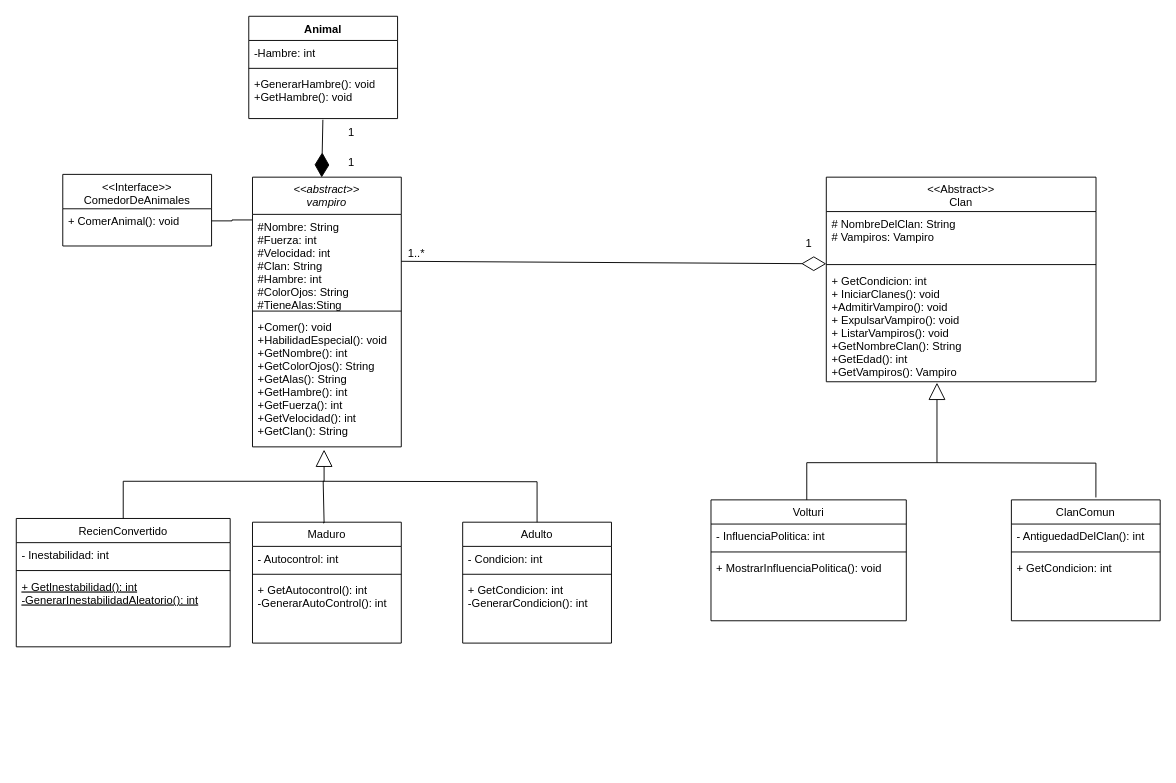
This is UML del tp.drawio from valentin127/TP-POO-crepusculo, a draw.io file, before an edit. Source tidied: cells renumbered, new cells numbered last; positions are measured from the earlier drawing's top-left corner, leaving out a move shared by most shapes. Both pictures are drawn from the tidied source at 93%, with x=0, y=0 at pixel (16, 16).
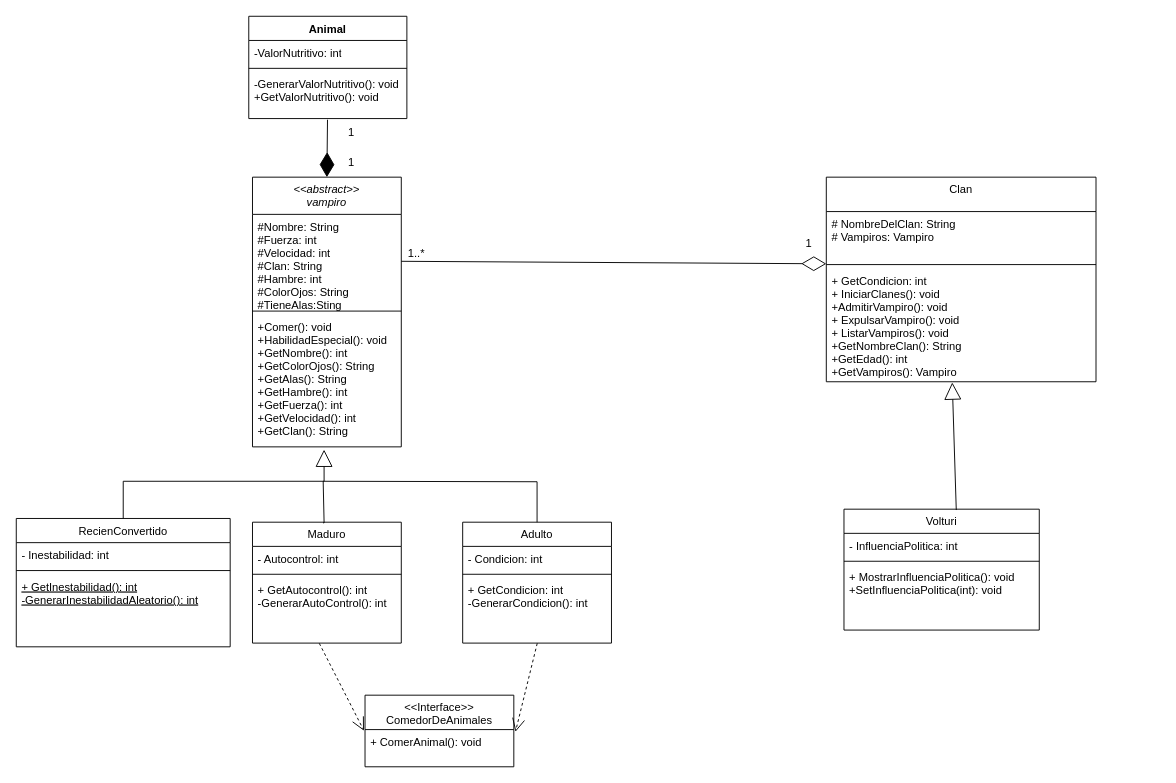
The same page after the edit.

Unchanged cells that the change refers to:
```xml
<mxCell id="2" value="&lt;&lt;abstract&gt;&gt;&#10;vampiro" style="swimlane;fontStyle=2;align=center;verticalAlign=top;horizontal=1;startSize=40;rounded=0;shadow=0;strokeWidth=1;" parent="1" vertex="1">
  <mxGeometry x="254" y="173" width="160" height="290" as="geometry" />
</mxCell>
<mxCell id="3" value="#Nombre: String&#10;#Fuerza: int&#10;#Velocidad: int&#10;#Clan: String&#10;#Hambre: int &#10;#ColorOjos: String&#10;#TieneAlas:Sting" style="text;align=left;verticalAlign=top;spacingLeft=4;spacingRight=4;overflow=hidden;points=[[0,0.5],[1,0.5]];portConstraint=eastwest;" parent="2" vertex="1">
  <mxGeometry y="40" width="160" height="100" as="geometry" />
</mxCell>
<mxCell id="13" value="+ GetAutocontrol(): int&#10;-GenerarAutoControl(): int" style="text;align=left;verticalAlign=top;spacingLeft=4;spacingRight=4;overflow=hidden;points=[[0,0.5],[1,0.5]];portConstraint=eastwest;" parent="10" vertex="1">
  <mxGeometry y="60" width="160" height="70" as="geometry" />
</mxCell>
<mxCell id="15" value="+ ComerAnimal(): void" style="text;align=left;verticalAlign=top;spacingLeft=4;spacingRight=4;overflow=hidden;points=[[0,0.5],[1,0.5]];portConstraint=eastwest;" parent="14" vertex="1">
  <mxGeometry y="37" width="160" height="26" as="geometry" />
</mxCell>
<mxCell id="19" value="+ GetCondicion: int&#10;-GenerarCondicion(): int " style="text;align=left;verticalAlign=top;spacingLeft=4;spacingRight=4;overflow=hidden;points=[[0,0.5],[1,0.5]];portConstraint=eastwest;" parent="16" vertex="1">
  <mxGeometry y="60" width="160" height="70" as="geometry" />
</mxCell>
<mxCell id="26" value="+ GetCondicion: int&#10;+ IniciarClanes(): void&#10;+AdmitirVampiro(): void&#10;+ ExpulsarVampiro(): void&#10;+ ListarVampiros(): void&#10;+GetNombreClan(): String&#10;+GetEdad(): int&#10;+GetVampiros(): Vampiro&#10;" style="text;align=left;verticalAlign=top;spacingLeft=4;spacingRight=4;overflow=hidden;points=[[0,0.5],[1,0.5]];portConstraint=eastwest;" parent="23" vertex="1">
  <mxGeometry y="98" width="290" height="122" as="geometry" />
</mxCell>
```

Diff of the diagram source:
```diff
@@
     <mxCell id="14" value="&lt;&lt;Interface&gt;&gt;&#10;ComedorDeAnimales" style="swimlane;fontStyle=0;align=center;verticalAlign=top;horizontal=1;startSize=37;rounded=0;shadow=0;strokeWidth=1;" parent="1" vertex="1">
-      <mxGeometry x="50" y="170" width="160" height="77" as="geometry" />
+      <mxGeometry x="375" y="730" width="160" height="77" as="geometry" />
     </mxCell>
@@
-    <mxCell id="23" value="&lt;&lt;Abstract&gt;&gt;&#10;Clan" style="swimlane;fontStyle=0;align=center;verticalAlign=top;horizontal=1;startSize=37;rounded=0;shadow=0;strokeWidth=1;" parent="1" vertex="1">
+    <mxCell id="23" value="Clan" style="swimlane;fontStyle=0;align=center;verticalAlign=top;horizontal=1;startSize=37;rounded=0;shadow=0;strokeWidth=1;" parent="1" vertex="1">
       <mxGeometry x="871" y="173" width="290" height="220" as="geometry" />
     </mxCell>
@@
     <mxCell id="27" value="Volturi" style="swimlane;fontStyle=0;align=center;verticalAlign=top;horizontal=1;startSize=26;rounded=0;shadow=0;strokeWidth=1;" parent="1" vertex="1">
-      <mxGeometry x="747" y="520" width="210" height="130" as="geometry" />
+      <mxGeometry x="890" y="530" width="210" height="130" as="geometry" />
     </mxCell>
@@
-    <mxCell id="30" value="+ MostrarInfluenciaPolitica(): void" style="text;align=left;verticalAlign=top;spacingLeft=4;spacingRight=4;overflow=hidden;" parent="27" vertex="1">
+    <mxCell id="30" value="+ MostrarInfluenciaPolitica(): void&#10;+SetInfluenciaPolitica(int): void" style="text;align=left;verticalAlign=top;spacingLeft=4;spacingRight=4;overflow=hidden;" parent="27" vertex="1">
       <mxGeometry y="60" width="210" height="70" as="geometry" />
     </mxCell>
-    <mxCell id="31" value="ClanComun" style="swimlane;fontStyle=0;align=center;verticalAlign=top;horizontal=1;startSize=26;rounded=0;shadow=0;strokeWidth=1;" parent="1" vertex="1">
-      <mxGeometry x="1070" y="520" width="160" height="130" as="geometry" />
-    </mxCell>
-    <mxCell id="32" value="- AntiguedadDelClan(): int" style="text;align=left;verticalAlign=top;spacingLeft=4;spacingRight=4;overflow=hidden;" parent="31" vertex="1">
-      <mxGeometry y="26" width="160" height="26" as="geometry" />
-    </mxCell>
-    <mxCell id="33" style="line;html=1;strokeWidth=1;align=left;verticalAlign=middle;spacingTop=-1;spacingLeft=3;spacingRight=3;labelPosition=right;" parent="31" vertex="1">
-      <mxGeometry y="52" width="160" height="8" as="geometry" />
-    </mxCell>
-    <mxCell id="34" value="+ GetCondicion: int" style="text;align=left;verticalAlign=top;spacingLeft=4;spacingRight=4;overflow=hidden;" parent="31" vertex="1">
-      <mxGeometry y="60" width="160" height="70" as="geometry" />
-    </mxCell>
-    <mxCell id="35" style="endArrow=block;endSize=16;endFill=0;html=1;rounded=0;targetPerimeterSpacing=-1;" parent="1" edge="1">
-      <mxGeometry relative="1" as="geometry">
-        <mxPoint x="850" y="520" as="sourcePoint" />
-        <mxPoint x="990" y="394" as="targetPoint" />
-        <Array as="points">
-          <mxPoint x="850" y="480" />
-          <mxPoint x="990" y="480" />
-        </Array>
-      </mxGeometry>
-    </mxCell>
-    <mxCell id="36" style="endArrow=none;html=1;edgeStyle=orthogonalEdgeStyle;rounded=0;entryX=0.568;entryY=-0.02;entryDx=0;entryDy=0;entryPerimeter=0;" parent="1" edge="1" target="31">
-      <mxGeometry relative="1" as="geometry">
-        <mxPoint x="990" y="480" as="sourcePoint" />
-      </mxGeometry>
-    </mxCell>
@@
     <mxCell id="40" value="Animal" style="swimlane;fontStyle=1;align=center;verticalAlign=top;horizontal=1;startSize=26;whiteSpace=wrap;html=1;" parent="1" vertex="1">
-      <mxGeometry x="250" width="160" height="110" as="geometry" />
+      <mxGeometry x="250" width="170" height="110" as="geometry" />
     </mxCell>
-    <mxCell id="41" value="-Hambre: int" style="text;strokeColor=none;fillColor=none;align=left;verticalAlign=top;spacingLeft=4;spacingRight=4;overflow=hidden;whiteSpace=wrap;html=1;" parent="40" vertex="1">
-      <mxGeometry y="26" width="160" height="26" as="geometry" />
+    <mxCell id="41" value="-ValorNutritivo: int" style="text;strokeColor=none;fillColor=none;align=left;verticalAlign=top;spacingLeft=4;spacingRight=4;overflow=hidden;whiteSpace=wrap;html=1;" parent="40" vertex="1">
+      <mxGeometry y="26" width="170" height="26" as="geometry" />
     </mxCell>
     <mxCell id="42" style="line;strokeWidth=1;fillColor=none;align=left;verticalAlign=middle;spacingTop=-1;spacingLeft=3;spacingRight=3;labelPosition=right;strokeColor=inherit;" parent="40" vertex="1">
-      <mxGeometry y="52" width="160" height="8" as="geometry" />
+      <mxGeometry y="52" width="170" height="8" as="geometry" />
     </mxCell>
-    <mxCell id="43" value="+GenerarHambre(): void&lt;div&gt;+GetHambre(): void&lt;/div&gt;" style="text;strokeColor=none;fillColor=none;align=left;verticalAlign=top;spacingLeft=4;spacingRight=4;overflow=hidden;points=[[0,0.5],[1,0.5]];portConstraint=eastwest;whiteSpace=wrap;html=1;" parent="40" vertex="1">
-      <mxGeometry y="60" width="160" height="50" as="geometry" />
+    <mxCell id="43" value="-GenerarValorNutritivo(): void&lt;div&gt;+GetValorNutritivo(): void&lt;/div&gt;" style="text;strokeColor=none;fillColor=none;align=left;verticalAlign=top;spacingLeft=4;spacingRight=4;overflow=hidden;points=[[0,0.5],[1,0.5]];portConstraint=eastwest;whiteSpace=wrap;html=1;" parent="40" vertex="1">
+      <mxGeometry y="60" width="170" height="50" as="geometry" />
     </mxCell>
-    <mxCell id="44" style="endArrow=diamondThin;endFill=1;endSize=24;html=1;rounded=0;entryX=0.465;entryY=0.001;entryDx=0;entryDy=0;entryPerimeter=0;exitX=0.498;exitY=1.025;exitDx=0;exitDy=0;exitPerimeter=0;" parent="1" edge="1" source="43" target="2">
+    <mxCell id="44" style="endArrow=diamondThin;endFill=1;endSize=24;html=1;rounded=0;entryX=0.5;entryY=0;entryDx=0;entryDy=0;exitX=0.498;exitY=1.025;exitDx=0;exitDy=0;exitPerimeter=0;" parent="1" edge="1" source="43" target="2">
       <mxGeometry relative="1" as="geometry" />
     </mxCell>
-    <mxCell id="45" style="endArrow=none;html=1;edgeStyle=orthogonalEdgeStyle;rounded=0;exitX=1;exitY=0.5;exitDx=0;exitDy=0;entryX=-0.003;entryY=0.06;entryDx=0;entryDy=0;entryPerimeter=0;" parent="1" edge="1" source="15" target="3">
-      <mxGeometry relative="1" as="geometry" />
-    </mxCell>
@@
+    <mxCell id="48" style="endArrow=open;endSize=12;dashed=1;html=1;rounded=0;exitX=0.501;exitY=1.004;exitDx=0;exitDy=0;exitPerimeter=0;entryX=1.011;entryY=0.093;entryDx=0;entryDy=0;entryPerimeter=0;" parent="1" edge="1" source="19" target="15">
+      <mxGeometry relative="1" as="geometry" />
+    </mxCell>
+    <mxCell id="49" style="endArrow=block;endSize=16;endFill=0;html=1;rounded=0;entryX=0.467;entryY=1.006;entryDx=0;entryDy=0;entryPerimeter=0;exitX=0.575;exitY=0.007;exitDx=0;exitDy=0;exitPerimeter=0;" parent="1" edge="1" source="27" target="26">
+      <mxGeometry relative="1" as="geometry" />
+    </mxCell>
+    <mxCell id="50" style="endArrow=open;endSize=12;dashed=1;html=1;rounded=0;exitX=0.449;exitY=1.004;exitDx=0;exitDy=0;exitPerimeter=0;entryX=-0.007;entryY=0.049;entryDx=0;entryDy=0;entryPerimeter=0;" parent="1" edge="1" source="13" target="15">
+      <mxGeometry relative="1" as="geometry" />
+    </mxCell>
```
